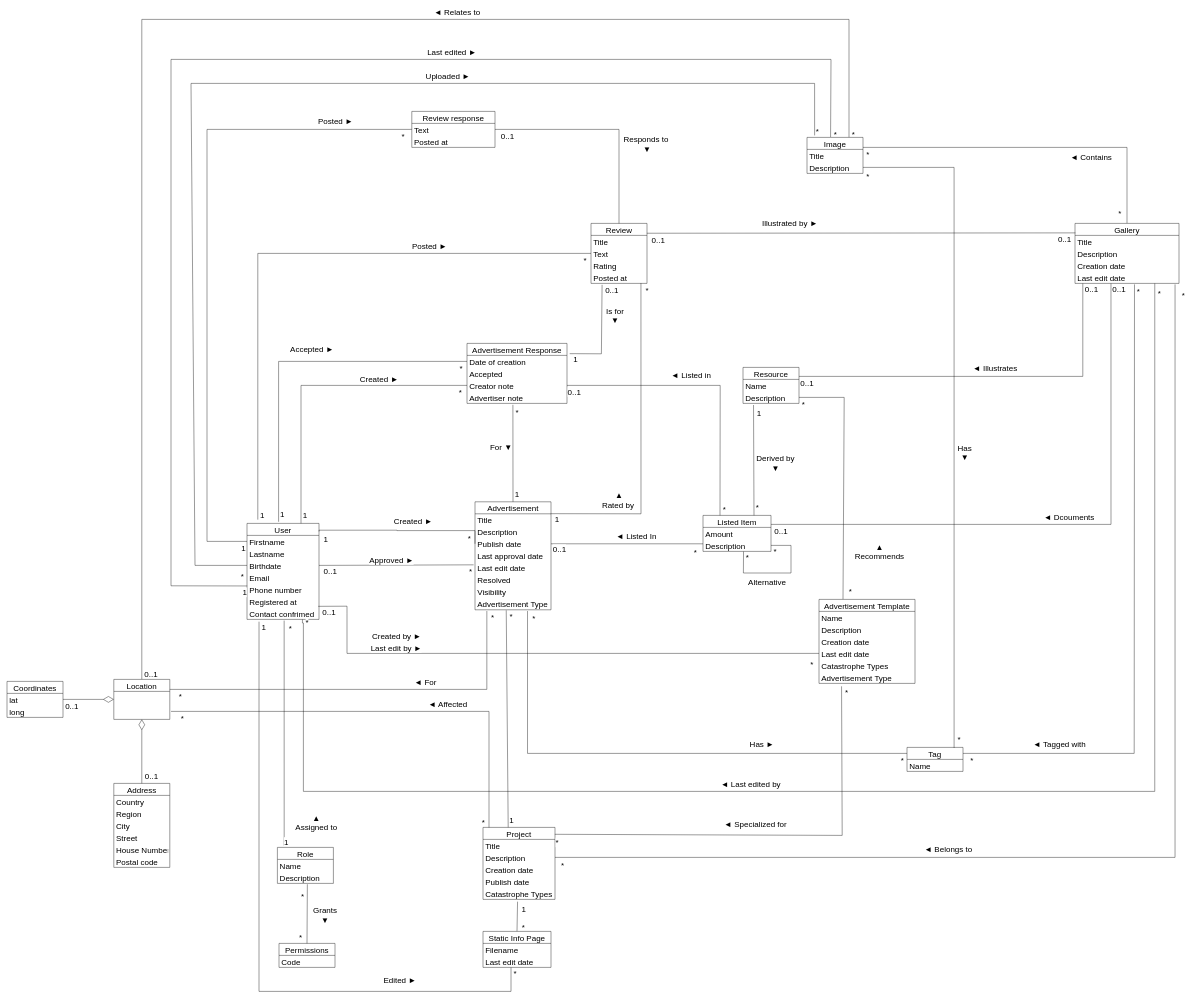
Earlier version of the draw.io diagram models/technology/rawfiles/edigio_entities.drawio (opendatalabcz/Edigio). Source tidied: cells renumbered, new cells numbered last; positions are measured from the earlier drawing's top-left corner, leaving out a move shared by most shapes. Both pictures are drawn from the tidied source at 40%, with x=0, y=0 at pixel (7, 19).
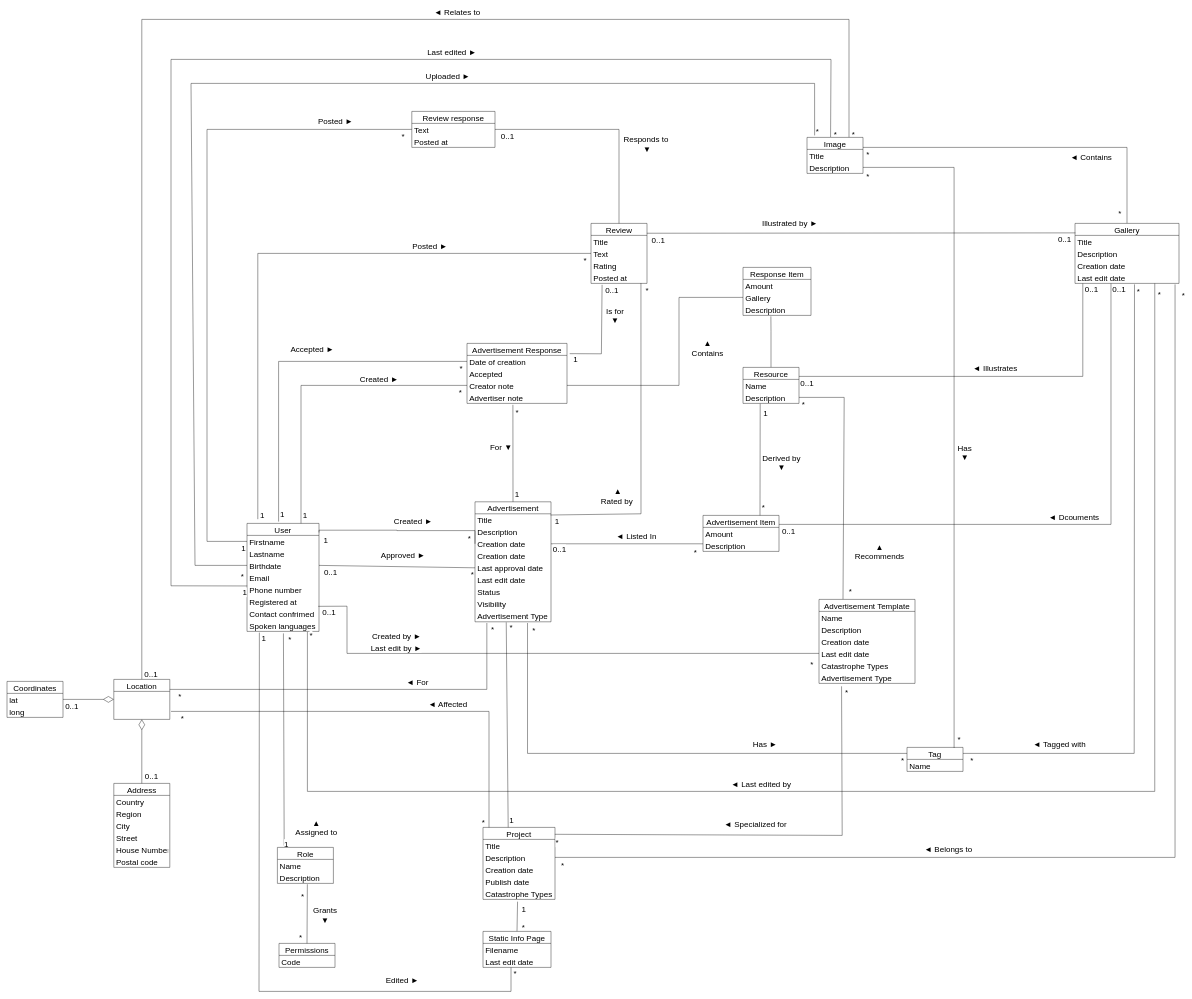
The same diagram, later.

Commit message (it also covers changes not shown here):
Lot of changes in diagram

Unchanged cells that the change refers to:
```xml
<mxCell id="12" value="Birthdate" style="text;strokeColor=none;fillColor=none;align=left;verticalAlign=middle;spacingLeft=4;spacingRight=4;overflow=hidden;points=[[0,0.5],[1,0.5]];portConstraint=eastwest;fontSize=20;" parent="9" vertex="1">
  <mxGeometry y="90" width="180" height="30" as="geometry" />
</mxCell>
<mxCell id="16" value="Contact confrimed" style="text;strokeColor=none;fillColor=none;align=left;verticalAlign=middle;spacingLeft=4;spacingRight=4;overflow=hidden;points=[[0,0.5],[1,0.5]];portConstraint=eastwest;fontSize=20;" parent="9" vertex="1">
  <mxGeometry y="210" width="180" height="30" as="geometry" />
</mxCell>
<mxCell id="54" value="Creator note" style="text;strokeColor=none;fillColor=none;align=left;verticalAlign=middle;spacingLeft=4;spacingRight=4;overflow=hidden;points=[[0,0.5],[1,0.5]];portConstraint=eastwest;fontSize=20;" parent="51" vertex="1">
  <mxGeometry y="90" width="250" height="30" as="geometry" />
</mxCell>
<mxCell id="74" value="Role" style="swimlane;fontStyle=0;horizontal=1;startSize=30;fontSize=20;" parent="1" vertex="1">
  <mxGeometry x="676" y="2070" width="140" height="90" as="geometry" />
</mxCell>
<mxCell id="92" value="Resource" style="swimlane;fontStyle=0;horizontal=1;startSize=30;fontSize=20;" parent="1" vertex="1">
  <mxGeometry x="1840" y="870" width="140" height="90" as="geometry" />
</mxCell>
<mxCell id="94" value="Description" style="text;strokeColor=none;fillColor=none;align=left;verticalAlign=middle;spacingLeft=4;spacingRight=4;overflow=hidden;points=[[0,0.5],[1,0.5]];portConstraint=eastwest;fontSize=20;" parent="92" vertex="1">
  <mxGeometry y="60" width="140" height="30" as="geometry" />
</mxCell>
<mxCell id="115" value="Last edit date" style="text;strokeColor=none;fillColor=none;align=left;verticalAlign=middle;spacingLeft=4;spacingRight=4;overflow=hidden;points=[[0,0.5],[1,0.5]];portConstraint=eastwest;fontSize=20;" parent="111" vertex="1">
  <mxGeometry y="120" width="260" height="30" as="geometry" />
</mxCell>
<mxCell id="144" value="Last edit date" style="text;strokeColor=none;fillColor=none;align=left;verticalAlign=middle;spacingLeft=4;spacingRight=4;overflow=hidden;points=[[0,0.5],[1,0.5]];portConstraint=eastwest;fontSize=20;" parent="142" vertex="1">
  <mxGeometry y="60" width="170" height="30" as="geometry" />
</mxCell>
```

Change to the diagram source:
```diff
@@
     <mxCell id="9" value="User" style="swimlane;fontStyle=0;horizontal=1;startSize=30;fontSize=20;" parent="1" vertex="1">
-      <mxGeometry x="600" y="1260" width="180" height="240" as="geometry" />
+      <mxGeometry x="600" y="1260" width="180" height="270" as="geometry" />
     </mxCell>
@@
+    <mxCell id="223" value="Spoken languages" style="text;strokeColor=none;fillColor=none;align=left;verticalAlign=middle;spacingLeft=4;spacingRight=4;overflow=hidden;points=[[0,0.5],[1,0.5]];portConstraint=eastwest;fontSize=20;" parent="9" vertex="1">
+      <mxGeometry y="240" width="180" height="30" as="geometry" />
+    </mxCell>
@@
     <mxCell id="20" value="Advertisement" style="swimlane;fontStyle=0;horizontal=1;startSize=30;fontSize=20;" parent="1" vertex="1">
-      <mxGeometry x="1170" y="1206" width="190" height="270" as="geometry" />
+      <mxGeometry x="1170" y="1206" width="190" height="300" as="geometry" />
     </mxCell>
@@
-    <mxCell id="23" value="Publish date" style="text;strokeColor=none;fillColor=none;align=left;verticalAlign=middle;spacingLeft=4;spacingRight=4;overflow=hidden;points=[[0,0.5],[1,0.5]];portConstraint=eastwest;fontSize=20;" parent="20" vertex="1">
+    <mxCell id="23" value="Creation date" style="text;strokeColor=none;fillColor=none;align=left;verticalAlign=middle;spacingLeft=4;spacingRight=4;overflow=hidden;points=[[0,0.5],[1,0.5]];portConstraint=eastwest;fontSize=20;" parent="20" vertex="1">
       <mxGeometry y="90" width="190" height="30" as="geometry" />
     </mxCell>
+    <mxCell id="224" value="Creation date" style="text;strokeColor=none;fillColor=none;align=left;verticalAlign=middle;spacingLeft=4;spacingRight=4;overflow=hidden;fontSize=20;" parent="20" vertex="1">
+      <mxGeometry y="120" width="190" height="30" as="geometry" />
+    </mxCell>
     <mxCell id="24" value="Last approval date" style="text;strokeColor=none;fillColor=none;align=left;verticalAlign=middle;spacingLeft=4;spacingRight=4;overflow=hidden;points=[[0,0.5],[1,0.5]];portConstraint=eastwest;fontSize=20;" parent="20" vertex="1">
-      <mxGeometry y="120" width="190" height="30" as="geometry" />
+      <mxGeometry y="150" width="190" height="30" as="geometry" />
     </mxCell>
     <mxCell id="25" value="Last edit date" style="text;strokeColor=none;fillColor=none;align=left;verticalAlign=middle;spacingLeft=4;spacingRight=4;overflow=hidden;points=[[0,0.5],[1,0.5]];portConstraint=eastwest;fontSize=20;" parent="20" vertex="1">
-      <mxGeometry y="150" width="190" height="30" as="geometry" />
+      <mxGeometry y="180" width="190" height="30" as="geometry" />
     </mxCell>
-    <mxCell id="26" value="Resolved" style="text;strokeColor=none;fillColor=none;align=left;verticalAlign=middle;spacingLeft=4;spacingRight=4;overflow=hidden;fontSize=20;" parent="20" vertex="1">
-      <mxGeometry y="180" width="190" height="30" as="geometry" />
+    <mxCell id="26" value="Status" style="text;strokeColor=none;fillColor=none;align=left;verticalAlign=middle;spacingLeft=4;spacingRight=4;overflow=hidden;fontSize=20;" parent="20" vertex="1">
+      <mxGeometry y="210" width="190" height="30" as="geometry" />
     </mxCell>
     <mxCell id="27" value="Visibility" style="text;strokeColor=none;fillColor=none;align=left;verticalAlign=middle;spacingLeft=4;spacingRight=4;overflow=hidden;fontSize=20;" parent="20" vertex="1">
-      <mxGeometry y="210" width="190" height="30" as="geometry" />
+      <mxGeometry y="240" width="190" height="30" as="geometry" />
     </mxCell>
     <mxCell id="28" value="Advertisement Type" style="text;strokeColor=none;fillColor=none;align=left;verticalAlign=middle;spacingLeft=4;spacingRight=4;overflow=hidden;points=[[0,0.5],[1,0.5]];portConstraint=eastwest;fontSize=20;" parent="20" vertex="1">
-      <mxGeometry y="240" width="190" height="30" as="geometry" />
+      <mxGeometry y="270" width="190" height="30" as="geometry" />
     </mxCell>
@@
-    <mxCell id="40" value="Listed Item" style="swimlane;fontStyle=0;horizontal=1;startSize=30;fontSize=20;" parent="1" vertex="1">
-      <mxGeometry x="1740" y="1240" width="170" height="90" as="geometry" />
+    <mxCell id="40" value="Advertisement Item" style="swimlane;fontStyle=0;horizontal=1;startSize=30;fontSize=20;" parent="1" vertex="1">
+      <mxGeometry x="1740" y="1240" width="190" height="90" as="geometry" />
     </mxCell>
     <mxCell id="41" value="Amount" style="text;strokeColor=none;fillColor=none;align=left;verticalAlign=middle;spacingLeft=4;spacingRight=4;overflow=hidden;fontSize=20;" parent="40" vertex="1">
-      <mxGeometry y="30" width="170" height="30" as="geometry" />
+      <mxGeometry y="30" width="190" height="30" as="geometry" />
     </mxCell>
     <mxCell id="42" value="Description" style="text;strokeColor=none;fillColor=none;align=left;verticalAlign=middle;spacingLeft=4;spacingRight=4;overflow=hidden;points=[[0,0.5],[1,0.5]];portConstraint=eastwest;fontSize=20;" parent="40" vertex="1">
-      <mxGeometry y="60" width="170" height="30" as="geometry" />
+      <mxGeometry y="60" width="190" height="30" as="geometry" />
     </mxCell>
-    <mxCell id="43" style="edgeStyle=none;rounded=0;orthogonalLoop=1;jettySize=auto;html=1;exitX=1;exitY=0.5;exitDx=0;exitDy=0;entryX=0.596;entryY=1.014;entryDx=0;entryDy=0;entryPerimeter=0;fontSize=20;endArrow=none;endFill=0;elbow=vertical;" parent="40" edge="1" source="42" target="42">
-      <mxGeometry relative="1" as="geometry">
-        <Array as="points">
-          <mxPoint x="220" y="75" />
-          <mxPoint x="220" y="144" />
-          <mxPoint x="101" y="144" />
-        </Array>
-      </mxGeometry>
-    </mxCell>
-    <mxCell id="44" value="Alternative" style="edgeLabel;html=1;align=center;verticalAlign=middle;fontSize=20;" parent="43" vertex="1">
-      <mxGeometry x="0.13" y="2" relative="1" as="geometry">
-        <mxPoint x="-15" y="19" as="offset" />
-      </mxGeometry>
-    </mxCell>
-    <mxCell id="45" value="*" style="edgeLabel;html=1;align=center;verticalAlign=middle;fontSize=20;" parent="43" vertex="1">
-      <mxGeometry x="-0.9" y="-3" relative="1" as="geometry">
-        <mxPoint x="-6" y="11" as="offset" />
-      </mxGeometry>
-    </mxCell>
-    <mxCell id="46" value="*" style="edgeLabel;html=1;align=center;verticalAlign=middle;fontSize=20;" parent="43" vertex="1">
-      <mxGeometry x="0.92" y="-3" relative="1" as="geometry">
-        <mxPoint x="6" as="offset" />
-      </mxGeometry>
-    </mxCell>
@@
-    <mxCell id="70" style="edgeStyle=none;rounded=0;jettySize=auto;html=1;exitX=0.121;exitY=-0.05;exitDx=0;exitDy=0;fontSize=20;endArrow=none;endFill=0;verticalAlign=bottom;exitPerimeter=0;entryX=0.516;entryY=1.095;entryDx=0;entryDy=0;entryPerimeter=0;" parent="1" edge="1" source="74" target="16">
+    <mxCell id="70" style="edgeStyle=none;rounded=0;jettySize=auto;html=1;exitX=0.121;exitY=-0.05;exitDx=0;exitDy=0;fontSize=20;endArrow=none;endFill=0;verticalAlign=bottom;exitPerimeter=0;entryX=0.506;entryY=1.167;entryDx=0;entryDy=0;entryPerimeter=0;" parent="1" edge="1" source="74" target="223">
       <mxGeometry relative="1" as="geometry" />
     </mxCell>
@@
+    <mxCell id="225" style="edgeStyle=orthogonalEdgeStyle;rounded=0;jettySize=auto;html=1;exitX=0.5;exitY=0;exitDx=0;exitDy=0;entryX=0.41;entryY=1.078;entryDx=0;entryDy=0;entryPerimeter=0;endArrow=none;endFill=0;" parent="1" edge="1" source="92" target="229">
+      <mxGeometry relative="1" as="geometry">
+        <Array as="points">
+          <mxPoint x="1910" y="780" />
+          <mxPoint x="1910" y="780" />
+        </Array>
+      </mxGeometry>
+    </mxCell>
@@
-    <mxCell id="95" style="edgeStyle=none;rounded=0;jettySize=auto;html=1;exitX=0.75;exitY=0;exitDx=0;exitDy=0;fontSize=20;endArrow=none;endFill=0;verticalAlign=bottom;entryX=0.188;entryY=1.133;entryDx=0;entryDy=0;entryPerimeter=0;" parent="1" edge="1" source="40" target="94">
+    <mxCell id="95" style="edgeStyle=none;rounded=0;jettySize=auto;html=1;exitX=0.75;exitY=0;exitDx=0;exitDy=0;fontSize=20;endArrow=none;endFill=0;verticalAlign=bottom;entryX=0.307;entryY=1.022;entryDx=0;entryDy=0;entryPerimeter=0;" parent="1" edge="1" source="40" target="94">
       <mxGeometry relative="1" as="geometry" />
     </mxCell>
@@
-    <mxCell id="103" style="edgeStyle=none;rounded=0;jettySize=auto;html=1;exitX=1;exitY=0.5;exitDx=0;exitDy=0;fontSize=20;endArrow=none;endFill=0;verticalAlign=bottom;entryX=-0.018;entryY=0.253;entryDx=0;entryDy=0;entryPerimeter=0;" parent="1" edge="1" source="12" target="25">
+    <mxCell id="103" style="edgeStyle=none;rounded=0;jettySize=auto;html=1;exitX=1;exitY=0.5;exitDx=0;exitDy=0;fontSize=20;endArrow=none;endFill=0;verticalAlign=bottom;entryX=0;entryY=0.5;entryDx=0;entryDy=0;" parent="1" edge="1" source="12" target="24">
       <mxGeometry relative="1" as="geometry" />
     </mxCell>
     <mxCell id="104" value="Approved ►" style="edgeLabel;html=1;align=center;verticalAlign=middle;fontSize=20;" parent="103" vertex="1">
       <mxGeometry x="0.23" relative="1" as="geometry">
-        <mxPoint x="-57" y="-14" as="offset" />
+        <mxPoint x="-30" y="-29" as="offset" />
       </mxGeometry>
     </mxCell>
@@
-    <mxCell id="135" style="edgeStyle=none;rounded=0;jettySize=auto;html=1;fontSize=20;endArrow=none;endFill=0;verticalAlign=bottom;entryX=0.412;entryY=1;entryDx=0;entryDy=0;entryPerimeter=0;exitX=0.167;exitY=1.19;exitDx=0;exitDy=0;exitPerimeter=0;" parent="1" edge="1" source="16" target="144">
+    <mxCell id="135" style="edgeStyle=none;rounded=0;jettySize=auto;html=1;fontSize=20;endArrow=none;endFill=0;verticalAlign=bottom;entryX=0.412;entryY=1;entryDx=0;entryDy=0;entryPerimeter=0;exitX=0.172;exitY=1.1;exitDx=0;exitDy=0;exitPerimeter=0;" parent="1" edge="1" source="223" target="144">
       <mxGeometry relative="1" as="geometry">
         <Array as="points">
           <mxPoint x="630" y="2430" />
           <mxPoint x="1260" y="2430" />
         </Array>
       </mxGeometry>
     </mxCell>
@@
-    <mxCell id="171" style="edgeStyle=orthogonalEdgeStyle;rounded=0;jettySize=auto;html=1;fontSize=20;endArrow=none;endFill=0;verticalAlign=bottom;entryX=0.767;entryY=1.002;entryDx=0;entryDy=0;entryPerimeter=0;exitX=0.77;exitY=1;exitDx=0;exitDy=0;exitPerimeter=0;" parent="1" edge="1" source="16" target="115">
+    <mxCell id="171" style="edgeStyle=orthogonalEdgeStyle;rounded=0;jettySize=auto;html=1;fontSize=20;endArrow=none;endFill=0;verticalAlign=bottom;entryX=0.767;entryY=1.002;entryDx=0;entryDy=0;entryPerimeter=0;exitX=0.839;exitY=1.033;exitDx=0;exitDy=0;exitPerimeter=0;" parent="1" edge="1" source="223" target="115">
       <mxGeometry relative="1" as="geometry">
         <Array as="points">
-          <mxPoint x="739" y="1509" />
-          <mxPoint x="741" y="1930" />
+          <mxPoint x="751" y="1930" />
           <mxPoint x="2869" y="1930" />
         </Array>
       </mxGeometry>
     </mxCell>
@@
-    <mxCell id="213" style="edgeStyle=none;rounded=0;jettySize=auto;html=1;exitX=1;exitY=0.5;exitDx=0;exitDy=0;entryX=0.25;entryY=0;entryDx=0;entryDy=0;fontSize=20;endArrow=none;endFill=0;elbow=vertical;" parent="1" edge="1" source="54" target="40">
-      <mxGeometry relative="1" as="geometry">
-        <Array as="points">
-          <mxPoint x="1783" y="915" />
-        </Array>
-      </mxGeometry>
-    </mxCell>
-    <mxCell id="214" value="0..1" style="edgeLabel;html=1;align=center;verticalAlign=middle;fontSize=20;" parent="213" vertex="1">
-      <mxGeometry x="-0.88" y="-6" relative="1" as="geometry">
-        <mxPoint x="-25" y="9" as="offset" />
-      </mxGeometry>
-    </mxCell>
-    <mxCell id="215" value="*" style="edgeLabel;html=1;align=center;verticalAlign=middle;fontSize=20;" parent="213" vertex="1">
-      <mxGeometry x="0.94" y="-5" relative="1" as="geometry">
-        <mxPoint x="15" y="5" as="offset" />
-      </mxGeometry>
-    </mxCell>
-    <mxCell id="216" value="◄ Listed in" style="edgeLabel;html=1;align=center;verticalAlign=middle;fontSize=20;" parent="213" vertex="1">
-      <mxGeometry x="0.4" y="3" relative="1" as="geometry">
-        <mxPoint x="-76" y="-139" as="offset" />
-      </mxGeometry>
-    </mxCell>
     <mxCell id="217" value="▲&lt;br&gt;Rated by&amp;nbsp;" style="edgeLabel;html=1;align=center;verticalAlign=middle;fontSize=20;" parent="1" vertex="1">
       <mxGeometry x="1530" y="1190" as="geometry">
-        <mxPoint x="-1" y="10" as="offset" />
+        <mxPoint x="-4" as="offset" />
       </mxGeometry>
     </mxCell>
@@
+    <mxCell id="226" value="Response Item" style="swimlane;fontStyle=0;horizontal=1;startSize=30;fontSize=20;" parent="1" vertex="1">
+      <mxGeometry x="1840" y="620" width="170" height="120" as="geometry" />
+    </mxCell>
+    <mxCell id="227" value="Amount" style="text;strokeColor=none;fillColor=none;align=left;verticalAlign=middle;spacingLeft=4;spacingRight=4;overflow=hidden;fontSize=20;" parent="226" vertex="1">
+      <mxGeometry y="30" width="170" height="30" as="geometry" />
+    </mxCell>
+    <mxCell id="228" value="Gallery" style="text;strokeColor=none;fillColor=none;align=left;verticalAlign=middle;spacingLeft=4;spacingRight=4;overflow=hidden;points=[[0,0.5],[1,0.5]];portConstraint=eastwest;fontSize=20;" parent="226" vertex="1">
+      <mxGeometry y="60" width="170" height="30" as="geometry" />
+    </mxCell>
+    <mxCell id="229" value="Description" style="text;strokeColor=none;fillColor=none;align=left;verticalAlign=middle;spacingLeft=4;spacingRight=4;overflow=hidden;points=[[0,0.5],[1,0.5]];portConstraint=eastwest;fontSize=20;" parent="226" vertex="1">
+      <mxGeometry y="90" width="170" height="30" as="geometry" />
+    </mxCell>
+    <mxCell id="230" style="edgeStyle=orthogonalEdgeStyle;rounded=0;jettySize=auto;html=1;exitX=1;exitY=0.5;exitDx=0;exitDy=0;entryX=0;entryY=0.5;entryDx=0;entryDy=0;endArrow=none;endFill=0;" parent="1" edge="1" source="54" target="228">
+      <mxGeometry relative="1" as="geometry">
+        <Array as="points">
+          <mxPoint x="1680" y="915" />
+          <mxPoint x="1680" y="695" />
+        </Array>
+      </mxGeometry>
+    </mxCell>
+    <mxCell id="231" value="&lt;span style=&quot;font-size: 20px;&quot;&gt;▲&lt;/span&gt;&lt;span style=&quot;font-size: 20px;&quot;&gt;&lt;br&gt;Contains&lt;/span&gt;" style="edgeLabel;html=1;align=center;verticalAlign=middle;" parent="230" vertex="1">
+      <mxGeometry x="-0.31" y="1" relative="1" as="geometry">
+        <mxPoint x="122" y="-94" as="offset" />
+      </mxGeometry>
+    </mxCell>
```
